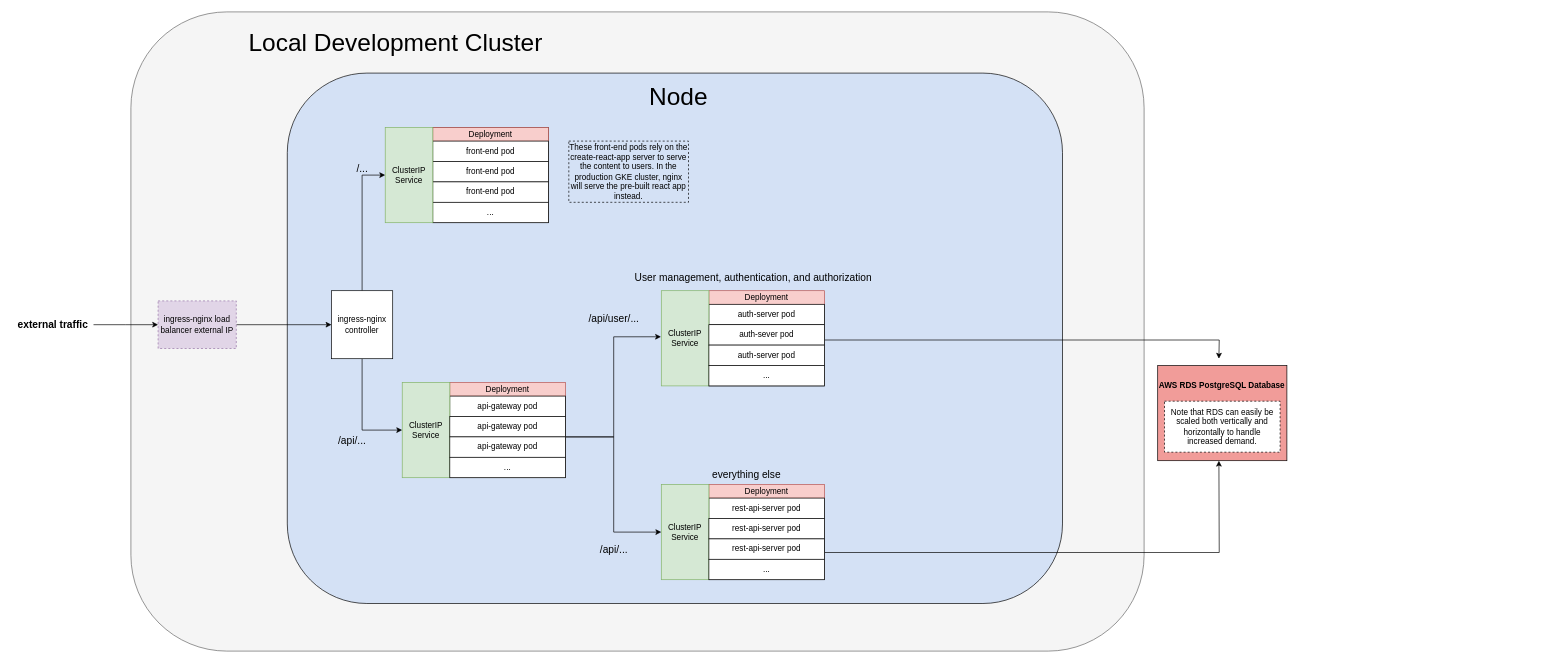
Daniel-Laufer/flashcard-app keeps this draw.io diagram as page "Page-1" (1 of 2) of planning/local_cluster_diagram.drawio. Above is the earlier version. Source tidied: cells renumbered, new cells numbered last; positions are measured from the earlier drawing's top-left corner, leaving out a move shared by most shapes. Both pictures are drawn from the tidied source at 68%, with x=0, y=0 at pixel (12, 12).
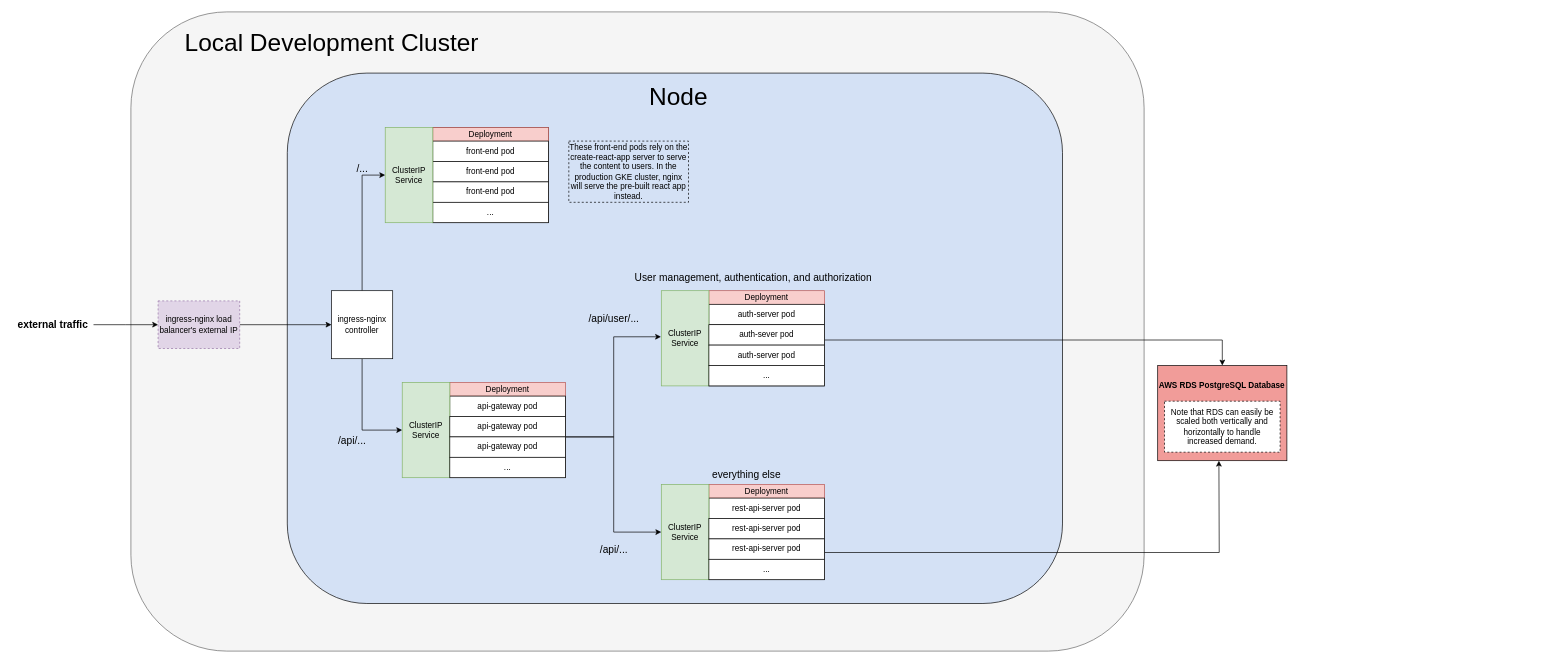
The same page after the edit.

Commit message (it also covers changes not shown here):
fixed a couple issues in the readme and kubernetes diagrams

Unchanged cells that the change refers to:
```xml
<mxCell id="32" value="auth-sever pod" style="rounded=0;whiteSpace=wrap;html=1;" parent="1" vertex="1">
  <mxGeometry x="1025" y="460" width="170" height="30" as="geometry" />
</mxCell>
<mxCell id="53" style="rounded=0;whiteSpace=wrap;html=1;fillColor=#F19C99;" parent="1" vertex="1">
  <mxGeometry x="1685" y="520" width="190" height="140" as="geometry" />
</mxCell>
```

The edit, as a diff of the source:
```diff
@@
     <mxCell id="26" value="&lt;span style=&quot;font-size: 36px&quot;&gt;Local Development Cluster&lt;/span&gt;" style="text;html=1;align=center;verticalAlign=middle;fillColor=none;strokeColor=none;rounded=0;" parent="1" vertex="1">
-      <mxGeometry x="339" y="30" width="450" height="30" as="geometry" />
+      <mxGeometry x="245" y="30" width="450" height="30" as="geometry" />
     </mxCell>
@@
-    <mxCell id="31" style="edgeStyle=orthogonalEdgeStyle;rounded=0;jettySize=auto;html=1;exitX=1;exitY=0.75;exitDx=0;exitDy=0;" parent="1" edge="1" source="32">
-      <mxGeometry relative="1" as="geometry">
-        <mxPoint x="1775" y="510" as="targetPoint" />
-      </mxGeometry>
+    <mxCell id="31" style="edgeStyle=orthogonalEdgeStyle;rounded=0;jettySize=auto;html=1;exitX=1;exitY=0.75;exitDx=0;exitDy=0;entryX=0.5;entryY=0;entryDx=0;entryDy=0;" parent="1" edge="1" source="32" target="53">
+      <mxGeometry relative="1" as="geometry" />
     </mxCell>
@@
-    <mxCell id="52" value="&lt;font style=&quot;font-size: 12px&quot;&gt;ingress-nginx load balancer external IP&lt;/font&gt;" style="rounded=0;whiteSpace=wrap;html=1;dashed=1;fillColor=#e1d5e7;strokeColor=#9673a6;" parent="1" vertex="1">
-      <mxGeometry x="215" y="425" width="115" height="70" as="geometry" />
+    <mxCell id="52" value="&lt;font style=&quot;font-size: 12px&quot;&gt;ingress-nginx load balancer's external IP&lt;/font&gt;" style="rounded=0;whiteSpace=wrap;html=1;dashed=1;fillColor=#e1d5e7;strokeColor=#9673a6;" parent="1" vertex="1">
+      <mxGeometry x="215" y="425" width="120" height="70" as="geometry" />
     </mxCell>
```
